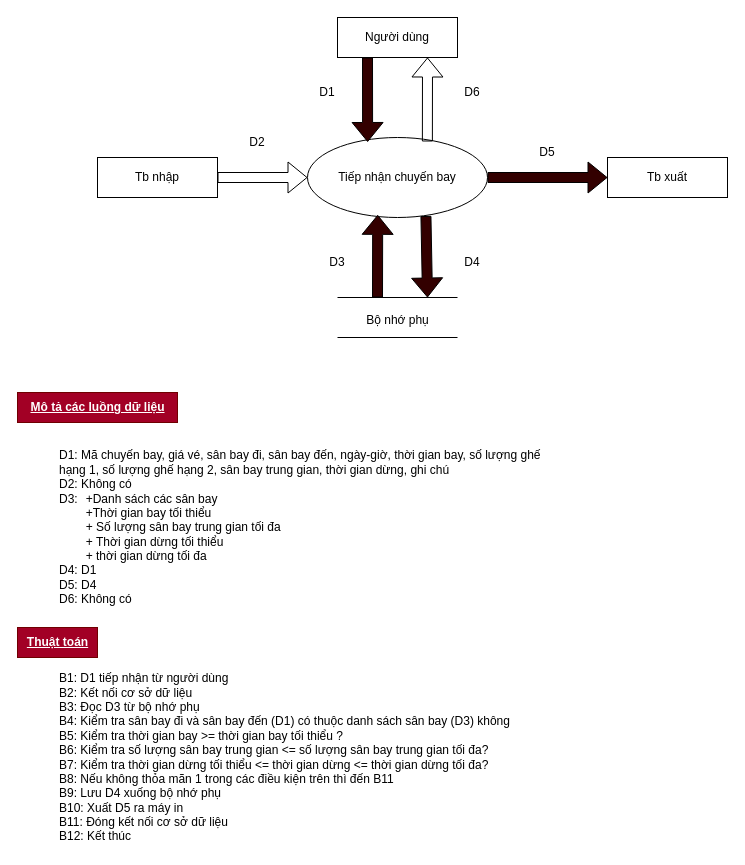
Before: DFD/DFD_Drawio/yc1_luu_tru.drawio in phat9824/Flight_ticket_manegement, a draw.io diagram. Source tidied: cells renumbered, new cells numbered last; positions are measured from the earlier drawing's top-left corner, leaving out a move shared by most shapes. Both pictures are drawn from the tidied source at 100%, with x=0, y=0 at pixel (17, 17).
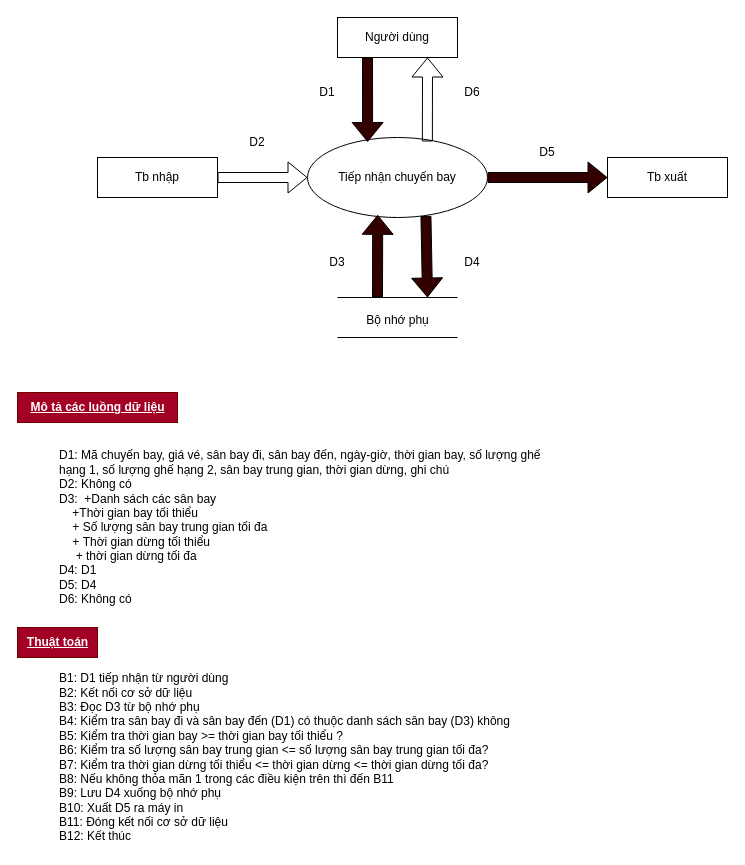
The same diagram, later.

The edit, as a diff of the source:
```diff
@@
-    <mxCell id="21" value="D1: Mã chuyến bay, giá vé, sân bay đi, sân bay đến, ngày-giờ, thời gian bay, số lượng ghế hạng 1, số lượng ghế hạng 2, sân bay trung gian, thời gian dừng, ghi chú&lt;br&gt;D2: Không có&lt;br&gt;D3: &lt;span style=&quot;white-space: pre;&quot;&gt;&#9;&lt;/span&gt;+Danh sách các sân bay&lt;br&gt;&lt;span style=&quot;white-space: pre;&quot;&gt;&#9;&lt;/span&gt;+Thời gian bay tối thiểu&lt;br&gt;&lt;span style=&quot;white-space: pre;&quot;&gt;&#9;&lt;/span&gt;+ Số lượng sân bay trung gian tối đa&lt;br&gt;&lt;span style=&quot;white-space: pre;&quot;&gt;&#9;&lt;/span&gt;+&amp;nbsp;Thời gian dừng tối thiểu&lt;br&gt;&amp;nbsp;&lt;span style=&quot;white-space: pre;&quot;&gt;&#9;&lt;/span&gt;+ thời gian dừng tối đa&amp;nbsp;&lt;br&gt;D4: D1&lt;br&gt;D5: D4&amp;nbsp;&lt;br&gt;D6: Không có" style="text;html=1;align=left;verticalAlign=middle;whiteSpace=wrap;rounded=0;" parent="1" vertex="1">
+    <mxCell id="21" value="D1: Mã chuyến bay, giá vé, sân bay đi, sân bay đến, ngày-giờ, thời gian bay, số lượng ghế hạng 1, số lượng ghế hạng 2, sân bay trung gian, thời gian dừng, ghi chú&lt;br&gt;D2: Không có&lt;br&gt;D3:&amp;nbsp;&#9;+Danh sách các sân bay&lt;br&gt;&lt;span style=&quot;&quot;&gt;&lt;span style=&quot;white-space: pre;&quot;&gt;&amp;nbsp;&amp;nbsp;&amp;nbsp;&amp;nbsp;&lt;/span&gt;&lt;/span&gt;+Thời gian bay tối thiểu&lt;br&gt;&lt;span style=&quot;&quot;&gt;&lt;span style=&quot;white-space: pre;&quot;&gt;&amp;nbsp;&amp;nbsp;&amp;nbsp;&amp;nbsp;&lt;/span&gt;&lt;/span&gt;+ Số lượng sân bay trung gian tối đa&lt;br&gt;&lt;span style=&quot;&quot;&gt;&lt;span style=&quot;white-space: pre;&quot;&gt;&amp;nbsp;&amp;nbsp;&amp;nbsp;&amp;nbsp;&lt;/span&gt;&lt;/span&gt;+&amp;nbsp;Thời gian dừng tối thiểu&lt;br&gt;&amp;nbsp;&lt;span style=&quot;&quot;&gt;&lt;span style=&quot;white-space: pre;&quot;&gt;&amp;nbsp;&amp;nbsp;&amp;nbsp;&amp;nbsp;&lt;/span&gt;&lt;/span&gt;+ thời gian dừng tối đa&amp;nbsp;&lt;br&gt;D4: D1&lt;br&gt;D5: D4&amp;nbsp;&lt;br&gt;D6: Không có" style="text;html=1;align=left;verticalAlign=middle;whiteSpace=wrap;rounded=0;" parent="1" vertex="1">
       <mxGeometry x="40" y="430" width="490" height="160" as="geometry" />
     </mxCell>
```
